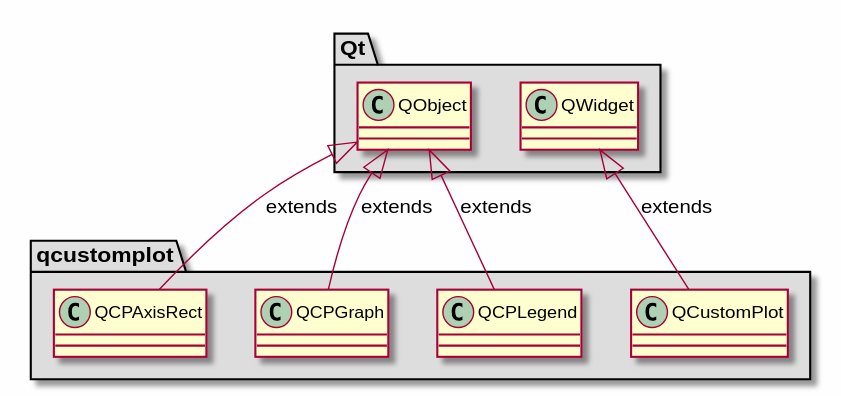
Earlier version of the PlantUML export md/dev_docs/puml/qcustomplot_standalone.svg (svlad-90/DLT-Message-Analyzer).
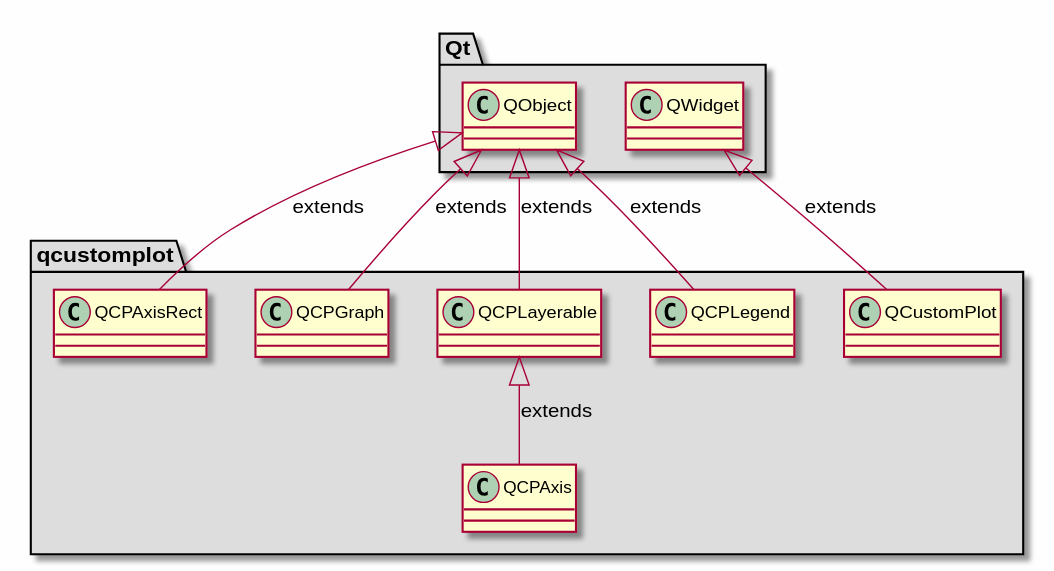
The same diagram one commit later.

The edit, as a diff of the source:
```diff
@@ -18,11 +18,19 @@
 package "qcustomplot" #DDDDDD
 {
 
+class "QCPAxis"
+{
+}
+
 class "QCPAxisRect"
 {
 }
 
 class "QCPGraph"
+{
+}
+
+class "QCPLayerable"
 {
 }
 
@@ -36,8 +44,10 @@
 
 }
 
+QCPLayerable <|-- QCPAxis : extends
 QObject <|-- QCPAxisRect : extends
 QObject <|-- QCPGraph : extends
+QObject <|-- QCPLayerable : extends
 QObject <|-- QCPLegend : extends
 QWidget <|-- QCustomPlot : extends
 
```
